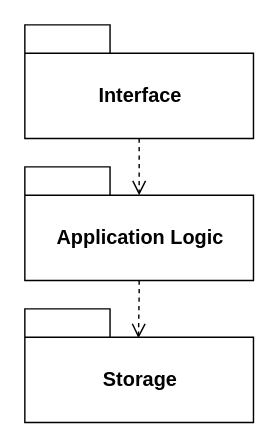
Alberto-00/EasyPass keeps this draw.io diagram as Documentazione/Resources/ArchitetturaThreeTier.drawio. Above is the earlier version. Source tidied: cells renumbered, new cells numbered last; positions are measured from the earlier drawing's top-left corner, leaving out a move shared by most shapes. Both pictures are drawn from the tidied source at 142%, with x=0, y=0 at pixel (24, 24).
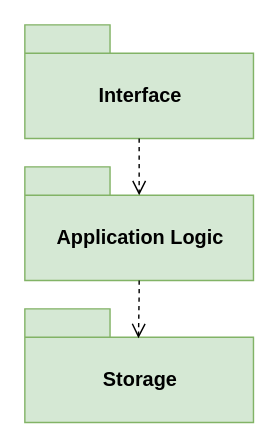
The same diagram, later.

What changed in the source:
```diff
@@
 <mxGraphModel>
   <root>
     <mxCell id="0" />
     <mxCell id="1" parent="0" />
-    <mxCell id="2" value="&lt;font style=&quot;font-size: 14px&quot;&gt;Interface&lt;/font&gt;" style="shape=folder;fontStyle=1;tabWidth=60;tabHeight=20;tabPosition=left;html=1;boundedLbl=1;" parent="1" vertex="1">
+    <mxCell id="2" value="&lt;font style=&quot;font-size: 14px&quot;&gt;Interface&lt;/font&gt;" style="shape=folder;fontStyle=1;tabWidth=60;tabHeight=20;tabPosition=left;html=1;boundedLbl=1;fillColor=#d5e8d4;strokeColor=#82b366;" parent="1" vertex="1">
       <mxGeometry width="161" height="80" as="geometry" />
     </mxCell>
-    <mxCell id="3" value="&lt;font style=&quot;font-size: 14px&quot;&gt;Application Logic&lt;/font&gt;" style="shape=folder;fontStyle=1;tabWidth=60;tabHeight=20;tabPosition=left;html=1;boundedLbl=1;" parent="1" vertex="1">
+    <mxCell id="3" value="&lt;font style=&quot;font-size: 14px&quot;&gt;Application Logic&lt;/font&gt;" style="shape=folder;fontStyle=1;tabWidth=60;tabHeight=20;tabPosition=left;html=1;boundedLbl=1;fillColor=#d5e8d4;strokeColor=#82b366;" parent="1" vertex="1">
       <mxGeometry y="100" width="161" height="80" as="geometry" />
     </mxCell>
-    <mxCell id="4" value="&lt;font style=&quot;font-size: 14px&quot;&gt;Storage&lt;/font&gt;" style="shape=folder;fontStyle=1;tabWidth=60;tabHeight=20;tabPosition=left;html=1;boundedLbl=1;" parent="1" vertex="1">
+    <mxCell id="4" value="&lt;font style=&quot;font-size: 14px&quot;&gt;Storage&lt;/font&gt;" style="shape=folder;fontStyle=1;tabWidth=60;tabHeight=20;tabPosition=left;html=1;boundedLbl=1;fillColor=#d5e8d4;strokeColor=#82b366;" parent="1" vertex="1">
       <mxGeometry y="200" width="161" height="80" as="geometry" />
     </mxCell>
     <mxCell id="5" style="html=1;verticalAlign=bottom;endArrow=open;dashed=1;endSize=8;rounded=0;edgeStyle=orthogonalEdgeStyle;fontSize=14;exitX=0.5;exitY=1;exitDx=0;exitDy=0;exitPerimeter=0;entryX=0.5;entryY=0.25;entryDx=0;entryDy=0;entryPerimeter=0;" parent="1" edge="1" source="2" target="3">
       <mxGeometry relative="1" as="geometry" />
     </mxCell>
     <mxCell id="6" style="html=1;verticalAlign=bottom;endArrow=open;dashed=1;endSize=8;rounded=0;edgeStyle=orthogonalEdgeStyle;fontSize=14;exitX=0.5;exitY=1;exitDx=0;exitDy=0;exitPerimeter=0;entryX=0.497;entryY=0.258;entryDx=0;entryDy=0;entryPerimeter=0;" parent="1" edge="1" source="3" target="4">
       <mxGeometry relative="1" as="geometry" />
     </mxCell>
   </root>
 </mxGraphModel>
```
